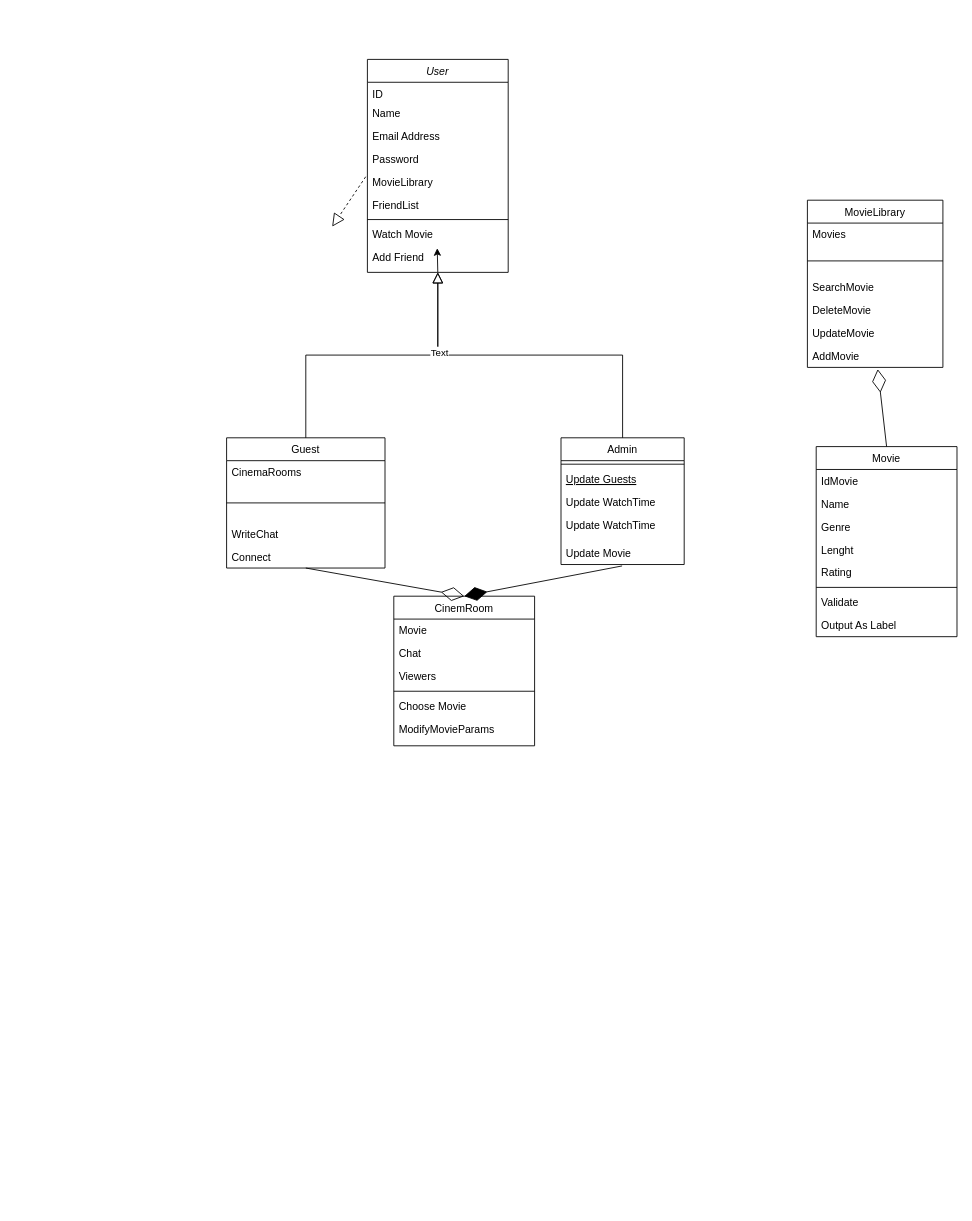
Meepo39-1/AmdarisFInaleGitTest keeps this draw.io diagram as Untitled Diagram.drawio. Above is the earlier version. Source tidied: cells renumbered, new cells numbered last; positions are measured from the earlier drawing's top-left corner, leaving out a move shared by most shapes. Both pictures are drawn from the tidied source at 88%, with x=0, y=0 at pixel (226, 59).
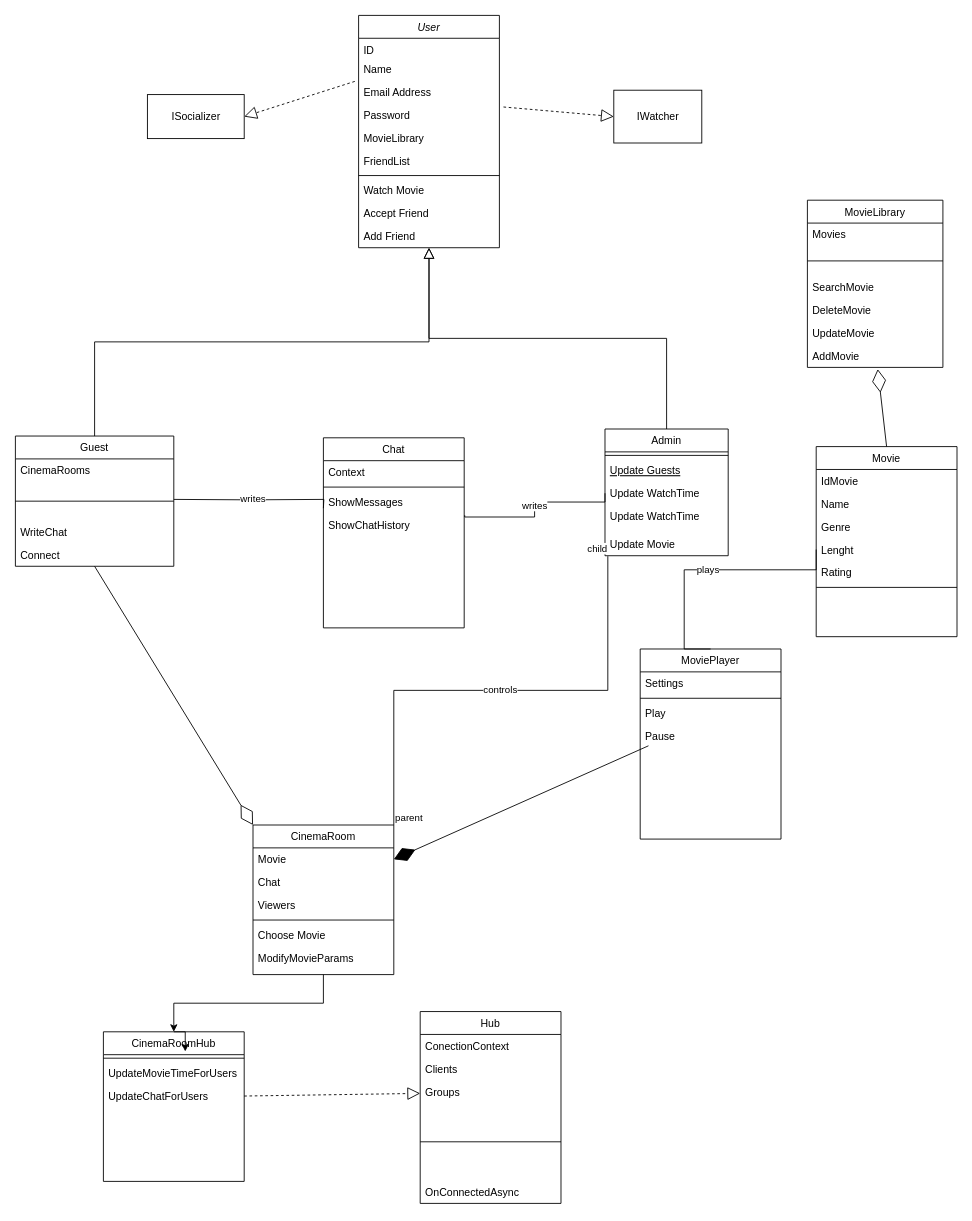
The same page after the edit.

Unchanged cells that the change refers to:
```xml
<mxCell id="5" value="Email Address" style="text;align=left;verticalAlign=top;spacingLeft=4;spacingRight=4;overflow=hidden;points=[[0,0.5],[1,0.5]];portConstraint=eastwest;rounded=0;shadow=0;html=0;" parent="2" vertex="1">
  <mxGeometry y="74" width="160" height="26" as="geometry" />
</mxCell>
<mxCell id="6" value="Password" style="text;align=left;verticalAlign=top;spacingLeft=4;spacingRight=4;overflow=hidden;points=[[0,0.5],[1,0.5]];portConstraint=eastwest;" parent="2" vertex="1">
  <mxGeometry y="100" width="160" height="26" as="geometry" />
</mxCell>
<mxCell id="7" value="MovieLibrary" style="text;align=left;verticalAlign=top;spacingLeft=4;spacingRight=4;overflow=hidden;points=[[0,0.5],[1,0.5]];portConstraint=eastwest;" parent="2" vertex="1">
  <mxGeometry y="126" width="160" height="26" as="geometry" />
</mxCell>
<mxCell id="10" value="Watch Movie" style="text;align=left;verticalAlign=top;spacingLeft=4;spacingRight=4;overflow=hidden;points=[[0,0.5],[1,0.5]];portConstraint=eastwest;" parent="2" vertex="1">
  <mxGeometry y="186" width="160" height="26" as="geometry" />
</mxCell>
<mxCell id="16" value="Update WatchTime" style="text;align=left;verticalAlign=top;spacingLeft=4;spacingRight=4;overflow=hidden;points=[[0,0.5],[1,0.5]];portConstraint=eastwest;" parent="13" vertex="1">
  <mxGeometry y="60" width="140" height="26" as="geometry" />
</mxCell>
<mxCell id="18" value="Update Movie" style="text;align=left;verticalAlign=top;spacingLeft=4;spacingRight=4;overflow=hidden;points=[[0,0.5],[1,0.5]];portConstraint=eastwest;" parent="13" vertex="1">
  <mxGeometry y="118" width="140" height="26" as="geometry" />
</mxCell>
<mxCell id="25" style="endArrow=block;endSize=10;endFill=0;shadow=0;strokeWidth=1;rounded=0;edgeStyle=elbowEdgeStyle;elbow=vertical;" parent="1" edge="1" source="20" target="2">
  <mxGeometry relative="1" as="geometry" />
</mxCell>
<mxCell id="43" value="Movie" style="swimlane;fontStyle=0;align=center;verticalAlign=top;horizontal=1;startSize=26;rounded=0;shadow=0;strokeWidth=1;" parent="1" vertex="1">
  <mxGeometry x="670" y="440" width="160" height="216" as="geometry" />
</mxCell>
<mxCell id="47" value="Lenght" style="text;align=left;verticalAlign=top;spacingLeft=4;spacingRight=4;overflow=hidden;points=[[0,0.5],[1,0.5]];portConstraint=eastwest;rounded=0;shadow=0;html=0;" parent="43" vertex="1">
  <mxGeometry y="104" width="160" height="26" as="geometry" />
</mxCell>
```

What changed in the source:
```diff
@@
     <mxCell id="2" value="User" style="swimlane;fontStyle=2;align=center;verticalAlign=top;horizontal=1;startSize=26;rounded=0;shadow=0;strokeWidth=1;" parent="1" vertex="1">
-      <mxGeometry x="160" width="160" height="242" as="geometry" />
+      <mxGeometry x="150" y="-50" width="160" height="264" as="geometry" />
     </mxCell>
@@
-    <mxCell id="11" style="edgeStyle=orthogonalEdgeStyle;rounded=0;jettySize=auto;html=1;exitX=0.5;exitY=1;exitDx=0;exitDy=0;entryX=0.496;entryY=1.1;entryDx=0;entryDy=0;entryPerimeter=0;" parent="2" edge="1" source="2" target="10">
-      <mxGeometry relative="1" as="geometry" />
-    </mxCell>
+    <mxCell id="54" value="Accept Friend" style="text;align=left;verticalAlign=top;spacingLeft=4;spacingRight=4;overflow=hidden;" parent="2" vertex="1">
+      <mxGeometry y="212" width="160" height="26" as="geometry" />
+    </mxCell>
     <mxCell id="12" value="Add Friend" style="text;align=left;verticalAlign=top;spacingLeft=4;spacingRight=4;overflow=hidden;" parent="2" vertex="1">
-      <mxGeometry y="212" width="160" height="26" as="geometry" />
+      <mxGeometry y="238" width="160" height="26" as="geometry" />
     </mxCell>
     <mxCell id="13" value="Admin" style="swimlane;fontStyle=0;align=center;verticalAlign=top;horizontal=1;startSize=26;rounded=0;shadow=0;strokeWidth=1;" parent="1" vertex="1">
-      <mxGeometry x="380" y="430" width="140" height="144" as="geometry" />
+      <mxGeometry x="430" y="420" width="140" height="144" as="geometry" />
     </mxCell>
@@
     <mxCell id="20" value="Guest" style="swimlane;fontStyle=0;align=center;verticalAlign=top;horizontal=1;startSize=26;rounded=0;shadow=0;strokeWidth=1;" parent="1" vertex="1">
-      <mxGeometry y="430" width="180" height="148" as="geometry" />
+      <mxGeometry x="-240" y="428" width="180" height="148" as="geometry" />
     </mxCell>
@@
-    <mxCell id="26" value="Text" style="edgeLabel;html=1;align=center;verticalAlign=middle;" parent="25" vertex="1">
-      <mxGeometry x="0.47" y="-1" relative="1" as="geometry" />
-    </mxCell>
+    <mxCell id="55" style="edgeStyle=orthogonalEdgeStyle;rounded=0;jettySize=auto;html=1;exitX=0.5;exitY=1;exitDx=0;exitDy=0;" parent="1" edge="1" source="27" target="76">
+      <mxGeometry relative="1" as="geometry" />
+    </mxCell>
-    <mxCell id="27" value="CinemRoom" style="swimlane;fontStyle=0;align=center;verticalAlign=top;horizontal=1;startSize=26;rounded=0;shadow=0;strokeWidth=1;" parent="1" vertex="1">
-      <mxGeometry x="190" y="610" width="160" height="170" as="geometry" />
+    <mxCell id="27" value="CinemaRoom" style="swimlane;fontStyle=0;align=center;verticalAlign=top;horizontal=1;startSize=26;rounded=0;shadow=0;strokeWidth=1;" parent="1" vertex="1">
+      <mxGeometry x="30" y="870" width="160" height="170" as="geometry" />
     </mxCell>
@@
-    <mxCell id="34" style="endArrow=diamondThin;endFill=1;endSize=24;html=1;rounded=0;entryX=0.5;entryY=0;entryDx=0;entryDy=0;exitX=0.496;exitY=1.062;exitDx=0;exitDy=0;exitPerimeter=0;" parent="1" edge="1" source="18" target="27">
-      <mxGeometry relative="1" as="geometry" />
-    </mxCell>
-    <mxCell id="35" style="endArrow=diamondThin;endFill=0;endSize=24;html=1;rounded=0;entryX=0.5;entryY=0;entryDx=0;entryDy=0;exitX=0.5;exitY=1;exitDx=0;exitDy=0;" parent="1" edge="1" source="20" target="27">
+    <mxCell id="35" style="endArrow=diamondThin;endFill=0;endSize=24;html=1;rounded=0;exitX=0.5;exitY=1;exitDx=0;exitDy=0;entryX=0;entryY=0;entryDx=0;entryDy=0;" parent="1" edge="1" source="20" target="27">
       <mxGeometry relative="1" as="geometry" />
     </mxCell>
@@
-    <mxCell id="50" value="Validate" style="text;align=left;verticalAlign=top;spacingLeft=4;spacingRight=4;overflow=hidden;" parent="43" vertex="1">
-      <mxGeometry y="164" width="160" height="26" as="geometry" />
-    </mxCell>
-    <mxCell id="51" value="Output As Label" style="text;align=left;verticalAlign=top;spacingLeft=4;spacingRight=4;overflow=hidden;" parent="43" vertex="1">
-      <mxGeometry y="190" width="160" height="26" as="geometry" />
-    </mxCell>
@@
-    <mxCell id="53" style="endArrow=block;dashed=1;endFill=0;endSize=12;html=1;rounded=0;exitX=-0.012;exitY=0.282;exitDx=0;exitDy=0;exitPerimeter=0;" parent="1" edge="1" source="7">
-      <mxGeometry relative="1" as="geometry">
-        <mxPoint x="120" y="190" as="targetPoint" />
-      </mxGeometry>
+    <mxCell id="53" style="endArrow=block;dashed=1;endFill=0;endSize=12;html=1;rounded=0;exitX=-0.027;exitY=0.038;exitDx=0;exitDy=0;exitPerimeter=0;entryX=1;entryY=0.5;entryDx=0;entryDy=0;" parent="1" edge="1" source="5" target="56">
+      <mxGeometry relative="1" as="geometry" />
     </mxCell>
+    <mxCell id="56" value="ISocializer" style="html=1;" parent="1" vertex="1">
+      <mxGeometry x="-90" y="40" width="110" height="50" as="geometry" />
+    </mxCell>
+    <mxCell id="57" value="IWatcher" style="html=1;" parent="1" vertex="1">
+      <mxGeometry x="440" y="35" width="100" height="60" as="geometry" />
+    </mxCell>
+    <mxCell id="58" style="endArrow=block;dashed=1;endFill=0;endSize=12;html=1;rounded=0;entryX=0;entryY=0.5;entryDx=0;entryDy=0;exitX=1.029;exitY=0.157;exitDx=0;exitDy=0;exitPerimeter=0;" parent="1" edge="1" source="6" target="57">
+      <mxGeometry relative="1" as="geometry" />
+    </mxCell>
+    <mxCell id="59" value="MoviePlayer" style="swimlane;fontStyle=0;align=center;verticalAlign=top;horizontal=1;startSize=26;rounded=0;shadow=0;strokeWidth=1;" parent="1" vertex="1">
+      <mxGeometry x="470" y="670" width="160" height="216" as="geometry" />
+    </mxCell>
+    <mxCell id="60" value="Settings" style="text;align=left;verticalAlign=top;spacingLeft=4;spacingRight=4;overflow=hidden;rounded=0;shadow=0;html=0;" parent="59" vertex="1">
+      <mxGeometry y="26" width="160" height="26" as="geometry" />
+    </mxCell>
+    <mxCell id="61" style="line;html=1;strokeWidth=1;align=left;verticalAlign=middle;spacingTop=-1;spacingLeft=3;spacingRight=3;labelPosition=right;" parent="59" vertex="1">
+      <mxGeometry y="52" width="160" height="8" as="geometry" />
+    </mxCell>
+    <mxCell id="62" value="Play" style="text;align=left;verticalAlign=top;spacingLeft=4;spacingRight=4;overflow=hidden;" parent="59" vertex="1">
+      <mxGeometry y="60" width="160" height="26" as="geometry" />
+    </mxCell>
+    <mxCell id="63" value="Pause" style="text;align=left;verticalAlign=top;spacingLeft=4;spacingRight=4;overflow=hidden;" parent="59" vertex="1">
+      <mxGeometry y="86" width="160" height="26" as="geometry" />
+    </mxCell>
+    <mxCell id="64" value="plays" style="endArrow=none;html=1;edgeStyle=orthogonalEdgeStyle;rounded=0;exitX=0.5;exitY=0;exitDx=0;exitDy=0;entryX=0;entryY=0.5;entryDx=0;entryDy=0;" parent="1" edge="1" source="59" target="47">
+      <mxGeometry relative="1" as="geometry">
+        <Array as="points">
+          <mxPoint x="520" y="580" />
+          <mxPoint x="670" y="580" />
+        </Array>
+      </mxGeometry>
+    </mxCell>
+    <mxCell id="65" style="endArrow=diamondThin;endFill=1;endSize=24;html=1;rounded=0;exitX=0.496;exitY=1.062;exitDx=0;exitDy=0;exitPerimeter=0;" parent="1" edge="1">
+      <mxGeometry relative="1" as="geometry">
+        <mxPoint x="479.4" y="780" as="sourcePoint" />
+        <mxPoint x="190" y="909" as="targetPoint" />
+      </mxGeometry>
+    </mxCell>
+    <mxCell id="66" value="Chat" style="swimlane;fontStyle=0;align=center;verticalAlign=top;horizontal=1;startSize=26;rounded=0;shadow=0;strokeWidth=1;" parent="1" vertex="1">
+      <mxGeometry x="110" y="430" width="160" height="216" as="geometry" />
+    </mxCell>
+    <mxCell id="67" value="Context" style="text;align=left;verticalAlign=top;spacingLeft=4;spacingRight=4;overflow=hidden;rounded=0;shadow=0;html=0;" parent="66" vertex="1">
+      <mxGeometry y="26" width="160" height="26" as="geometry" />
+    </mxCell>
+    <mxCell id="68" style="line;html=1;strokeWidth=1;align=left;verticalAlign=middle;spacingTop=-1;spacingLeft=3;spacingRight=3;labelPosition=right;" parent="66" vertex="1">
+      <mxGeometry y="52" width="160" height="8" as="geometry" />
+    </mxCell>
+    <mxCell id="69" value="ShowMessages" style="text;align=left;verticalAlign=top;spacingLeft=4;spacingRight=4;overflow=hidden;" parent="66" vertex="1">
+      <mxGeometry y="60" width="160" height="26" as="geometry" />
+    </mxCell>
+    <mxCell id="70" value="ShowChatHistory" style="text;align=left;verticalAlign=top;spacingLeft=4;spacingRight=4;overflow=hidden;" parent="66" vertex="1">
+      <mxGeometry y="86" width="160" height="26" as="geometry" />
+    </mxCell>
+    <mxCell id="71" value="writes" style="endArrow=none;html=1;edgeStyle=orthogonalEdgeStyle;rounded=0;" parent="1" edge="1">
+      <mxGeometry relative="1" as="geometry">
+        <mxPoint x="-60" y="500" as="sourcePoint" />
+        <mxPoint x="110" y="510" as="targetPoint" />
+      </mxGeometry>
+    </mxCell>
+    <mxCell id="72" value="writes" style="endArrow=none;html=1;edgeStyle=orthogonalEdgeStyle;rounded=0;exitX=1.004;exitY=0.078;exitDx=0;exitDy=0;exitPerimeter=0;entryX=0;entryY=0.5;entryDx=0;entryDy=0;" parent="1" edge="1" target="16">
+      <mxGeometry relative="1" as="geometry">
+        <mxPoint x="270.6" y="518" as="sourcePoint" />
+        <Array as="points">
+          <mxPoint x="271" y="520" />
+          <mxPoint x="350" y="520" />
+          <mxPoint x="350" y="503" />
+        </Array>
+      </mxGeometry>
+    </mxCell>
+    <mxCell id="73" value="controls" style="endArrow=none;html=1;edgeStyle=orthogonalEdgeStyle;rounded=0;entryX=0.023;entryY=1.021;entryDx=0;entryDy=0;entryPerimeter=0;exitX=1;exitY=0;exitDx=0;exitDy=0;" parent="1" edge="1" source="27" target="18">
+      <mxGeometry relative="1" as="geometry" />
+    </mxCell>
+    <mxCell id="74" value="parent" style="edgeLabel;html=1;align=left;verticalAlign=bottom;" parent="73" vertex="1">
+      <mxGeometry x="-1" relative="1" as="geometry" />
+    </mxCell>
+    <mxCell id="75" value="child" style="edgeLabel;html=1;align=right;verticalAlign=bottom;" parent="73" vertex="1">
+      <mxGeometry x="1" relative="1" as="geometry" />
+    </mxCell>
+    <mxCell id="76" value="CinemaRoomHub" style="swimlane;fontStyle=0;align=center;verticalAlign=top;horizontal=1;startSize=26;rounded=0;shadow=0;strokeWidth=1;" parent="1" vertex="1">
+      <mxGeometry x="-140" y="1105" width="160" height="170" as="geometry" />
+    </mxCell>
+    <mxCell id="77" style="line;html=1;strokeWidth=1;align=left;verticalAlign=middle;spacingTop=-1;spacingLeft=3;spacingRight=3;labelPosition=right;" parent="76" vertex="1">
+      <mxGeometry y="26" width="160" height="8" as="geometry" />
+    </mxCell>
+    <mxCell id="78" value="UpdateMovieTimeForUsers" style="text;align=left;verticalAlign=top;spacingLeft=4;spacingRight=4;overflow=hidden;" parent="76" vertex="1">
+      <mxGeometry y="34" width="160" height="26" as="geometry" />
+    </mxCell>
+    <mxCell id="79" value="UpdateChatForUsers" style="text;align=left;verticalAlign=top;spacingLeft=4;spacingRight=4;overflow=hidden;points=[[0,0.5],[1,0.5]];portConstraint=eastwest;" parent="76" vertex="1">
+      <mxGeometry y="60" width="160" height="26" as="geometry" />
+    </mxCell>
+    <mxCell id="80" style="edgeStyle=orthogonalEdgeStyle;rounded=0;jettySize=auto;html=1;exitX=0.5;exitY=0;exitDx=0;exitDy=0;entryX=0.581;entryY=-0.141;entryDx=0;entryDy=0;entryPerimeter=0;" parent="76" edge="1" source="76">
+      <mxGeometry relative="1" as="geometry">
+        <mxPoint x="93" y="22.3" as="targetPoint" />
+      </mxGeometry>
+    </mxCell>
+    <mxCell id="81" style="endArrow=block;dashed=1;endFill=0;endSize=12;html=1;rounded=0;exitX=1;exitY=0.5;exitDx=0;exitDy=0;" parent="1" edge="1" source="79">
+      <mxGeometry relative="1" as="geometry">
+        <mxPoint x="220" y="1175" as="targetPoint" />
+      </mxGeometry>
+    </mxCell>
+    <mxCell id="82" value="Hub" style="swimlane;fontStyle=0;align=center;verticalAlign=top;horizontal=1;startSize=26;rounded=0;shadow=0;strokeWidth=1;" parent="1" vertex="1">
+      <mxGeometry x="220" y="1082" width="160" height="218" as="geometry" />
+    </mxCell>
+    <mxCell id="83" value="ConectionContext" style="text;align=left;verticalAlign=top;spacingLeft=4;spacingRight=4;overflow=hidden;" parent="82" vertex="1">
+      <mxGeometry y="26" width="160" height="26" as="geometry" />
+    </mxCell>
+    <mxCell id="84" value="Clients" style="text;align=left;verticalAlign=top;spacingLeft=4;spacingRight=4;overflow=hidden;" parent="82" vertex="1">
+      <mxGeometry y="52" width="160" height="26" as="geometry" />
+    </mxCell>
+    <mxCell id="85" value="Groups" style="text;align=left;verticalAlign=top;spacingLeft=4;spacingRight=4;overflow=hidden;" parent="82" vertex="1">
+      <mxGeometry y="78" width="160" height="26" as="geometry" />
+    </mxCell>
+    <mxCell id="86" style="line;html=1;strokeWidth=1;align=left;verticalAlign=middle;spacingTop=-1;spacingLeft=3;spacingRight=3;labelPosition=right;" parent="82" vertex="1">
+      <mxGeometry y="104" width="160" height="88" as="geometry" />
+    </mxCell>
+    <mxCell id="87" value="OnConnectedAsync" style="text;align=left;verticalAlign=top;spacingLeft=4;spacingRight=4;overflow=hidden;" parent="82" vertex="1">
+      <mxGeometry y="192" width="160" height="26" as="geometry" />
+    </mxCell>
```
